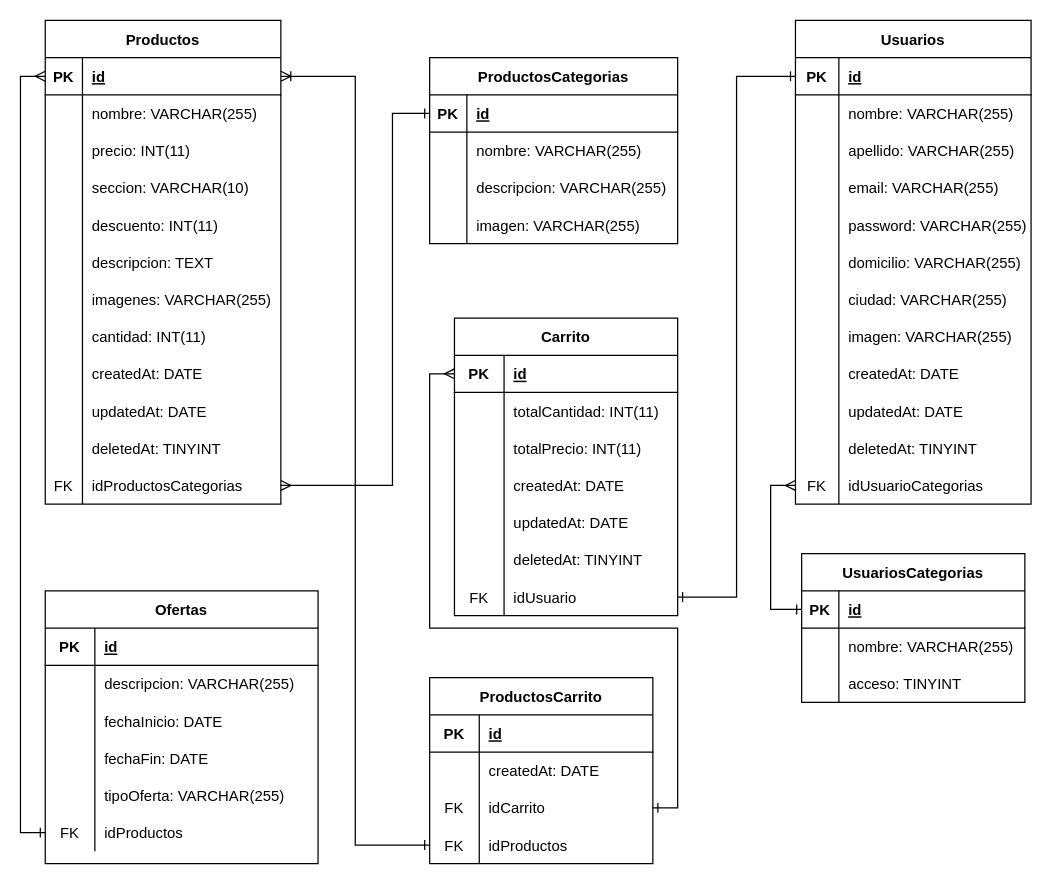
Before: argentum_diagramarel.drawio in yanzonpablo/proyectofinalDH, a draw.io diagram. Source tidied: cells renumbered, new cells numbered last; positions are measured from the earlier drawing's top-left corner, leaving out a move shared by most shapes. Both pictures are drawn from the tidied source at 124%, with x=0, y=0 at pixel (45, 20).
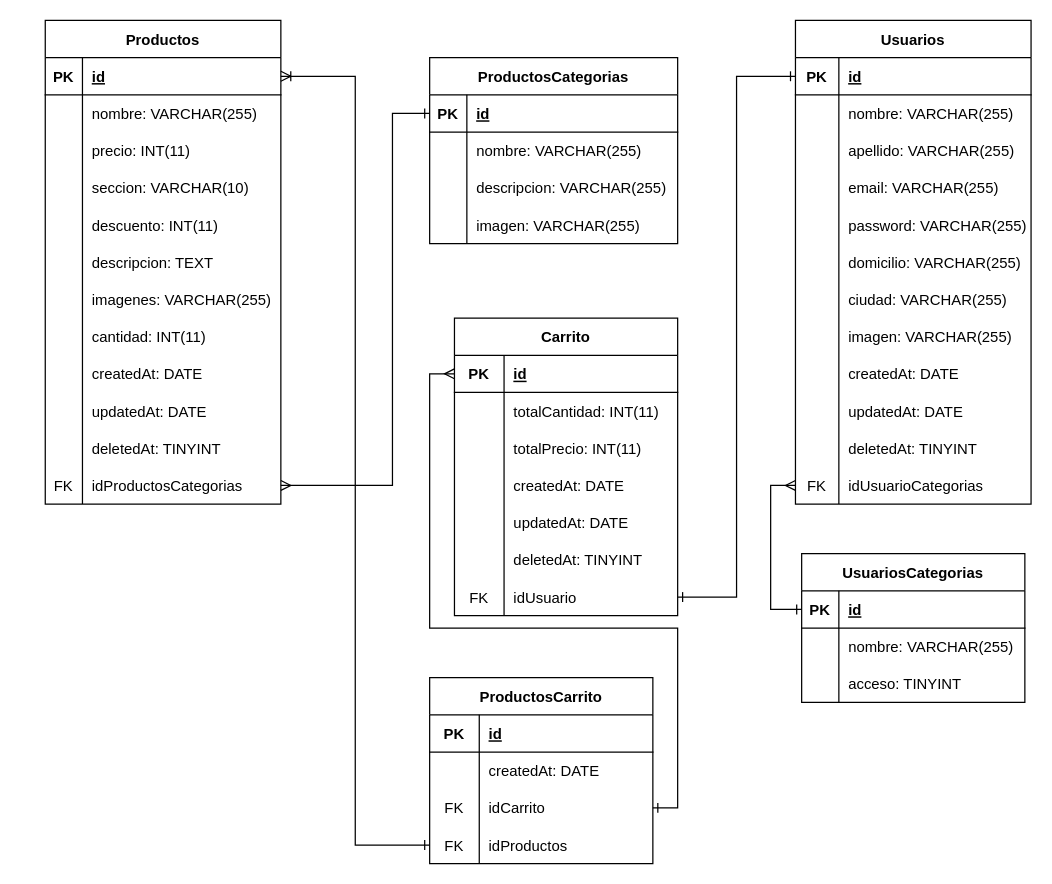
The same page after the edit.

Commit message (it also covers changes not shown here):
Eliminacion de entidad ofertas en DER

Unchanged cells that the change refers to:
```xml
<mxCell id="50" style="shape=tableRow;horizontal=0;startSize=0;swimlaneHead=0;swimlaneBody=0;fillColor=none;points=[[0,0.5],[1,0.5]];portConstraint=eastwest;top=0;left=0;right=0;bottom=1;" parent="49" vertex="1">
  <mxGeometry y="30" width="190" height="30" as="geometry" />
</mxCell>
```

What changed in the source:
```diff
@@
-    <mxCell id="125" value="Ofertas" style="shape=table;startSize=30;childLayout=tableLayout;rowLines=0;fontStyle=1;align=center;" parent="1" vertex="1">
-      <mxGeometry y="460" width="220" height="220" as="geometry" />
-    </mxCell>
-    <mxCell id="126" style="shape=tableRow;horizontal=0;startSize=0;swimlaneHead=0;swimlaneBody=0;fillColor=none;top=0;left=0;right=0;bottom=1;" parent="125" vertex="1">
-      <mxGeometry y="30" width="220" height="30" as="geometry" />
-    </mxCell>
-    <mxCell id="127" value="PK" style="shape=partialRectangle;fillColor=none;top=0;left=0;bottom=0;right=0;fontStyle=1;overflow=hidden;" parent="126" vertex="1">
-      <mxGeometry width="40" height="30" as="geometry" />
-    </mxCell>
-    <mxCell id="128" value="id" style="shape=partialRectangle;fillColor=none;top=0;left=0;bottom=0;right=0;align=left;spacingLeft=6;fontStyle=5;overflow=hidden;" parent="126" vertex="1">
-      <mxGeometry x="40" width="180" height="30" as="geometry" />
-    </mxCell>
-    <mxCell id="129" style="shape=tableRow;horizontal=0;startSize=0;swimlaneHead=0;swimlaneBody=0;fillColor=none;top=0;left=0;right=0;bottom=0;" parent="125" vertex="1">
-      <mxGeometry y="60" width="220" height="30" as="geometry" />
-    </mxCell>
-    <mxCell id="130" style="shape=partialRectangle;fillColor=none;top=0;left=0;bottom=0;right=0;overflow=hidden;" parent="129" vertex="1">
-      <mxGeometry width="40" height="30" as="geometry" />
-    </mxCell>
-    <mxCell id="131" value="descripcion: VARCHAR(255)" style="shape=partialRectangle;fillColor=none;top=0;left=0;bottom=0;right=0;align=left;spacingLeft=6;overflow=hidden;" parent="129" vertex="1">
-      <mxGeometry x="40" width="180" height="30" as="geometry" />
-    </mxCell>
-    <mxCell id="132" style="shape=tableRow;horizontal=0;startSize=0;swimlaneHead=0;swimlaneBody=0;fillColor=none;top=0;left=0;right=0;bottom=0;" parent="125" vertex="1">
-      <mxGeometry y="90" width="220" height="30" as="geometry" />
-    </mxCell>
-    <mxCell id="133" style="shape=partialRectangle;fillColor=none;top=0;left=0;bottom=0;right=0;overflow=hidden;" parent="132" vertex="1">
-      <mxGeometry width="40" height="30" as="geometry" />
-    </mxCell>
-    <mxCell id="134" value="fechaInicio: DATE" style="shape=partialRectangle;fillColor=none;top=0;left=0;bottom=0;right=0;align=left;spacingLeft=6;overflow=hidden;" parent="132" vertex="1">
-      <mxGeometry x="40" width="180" height="30" as="geometry" />
-    </mxCell>
-    <mxCell id="135" style="shape=tableRow;horizontal=0;startSize=0;swimlaneHead=0;swimlaneBody=0;fillColor=none;top=0;left=0;right=0;bottom=0;" parent="125" vertex="1">
-      <mxGeometry y="120" width="220" height="30" as="geometry" />
-    </mxCell>
-    <mxCell id="136" style="shape=partialRectangle;fillColor=none;top=0;left=0;bottom=0;right=0;overflow=hidden;" parent="135" vertex="1">
-      <mxGeometry width="40" height="30" as="geometry" />
-    </mxCell>
-    <mxCell id="137" value="fechaFin: DATE" style="shape=partialRectangle;fillColor=none;top=0;left=0;bottom=0;right=0;align=left;spacingLeft=6;overflow=hidden;" parent="135" vertex="1">
-      <mxGeometry x="40" width="180" height="30" as="geometry" />
-    </mxCell>
-    <mxCell id="138" style="shape=tableRow;horizontal=0;startSize=0;swimlaneHead=0;swimlaneBody=0;fillColor=none;top=0;left=0;right=0;bottom=0;" parent="125" vertex="1">
-      <mxGeometry y="150" width="220" height="30" as="geometry" />
-    </mxCell>
-    <mxCell id="139" style="shape=partialRectangle;fillColor=none;top=0;left=0;bottom=0;right=0;overflow=hidden;" parent="138" vertex="1">
-      <mxGeometry width="40" height="30" as="geometry" />
-    </mxCell>
-    <mxCell id="140" value="tipoOferta: VARCHAR(255)" style="shape=partialRectangle;fillColor=none;top=0;left=0;bottom=0;right=0;align=left;spacingLeft=6;overflow=hidden;" parent="138" vertex="1">
-      <mxGeometry x="40" width="180" height="30" as="geometry" />
-    </mxCell>
-    <mxCell id="141" style="shape=tableRow;horizontal=0;startSize=0;swimlaneHead=0;swimlaneBody=0;fillColor=none;points=[[0,0.5],[1,0.5]];portConstraint=eastwest;top=0;left=0;right=0;bottom=0;" parent="125" vertex="1">
-      <mxGeometry y="180" width="220" height="30" as="geometry" />
-    </mxCell>
-    <mxCell id="142" value="FK" style="shape=partialRectangle;fillColor=none;top=0;left=0;bottom=0;right=0;overflow=hidden;" parent="141" vertex="1">
-      <mxGeometry width="40" height="30" as="geometry" />
-    </mxCell>
-    <mxCell id="143" value="idProductos" style="shape=partialRectangle;fillColor=none;top=0;left=0;bottom=0;right=0;align=left;spacingLeft=6;overflow=hidden;" parent="141" vertex="1">
-      <mxGeometry x="40" width="180" height="30" as="geometry" />
-    </mxCell>
-    <mxCell id="144" style="edgeStyle=orthogonalEdgeStyle;rounded=0;jettySize=auto;html=1;exitX=0;exitY=0.5;exitDx=0;exitDy=0;entryX=0;entryY=0.5;entryDx=0;entryDy=0;startArrow=ERmany;startFill=0;endArrow=ERone;endFill=0;" parent="1" edge="1" source="50" target="141">
-      <mxGeometry relative="1" as="geometry" />
-    </mxCell>
```
